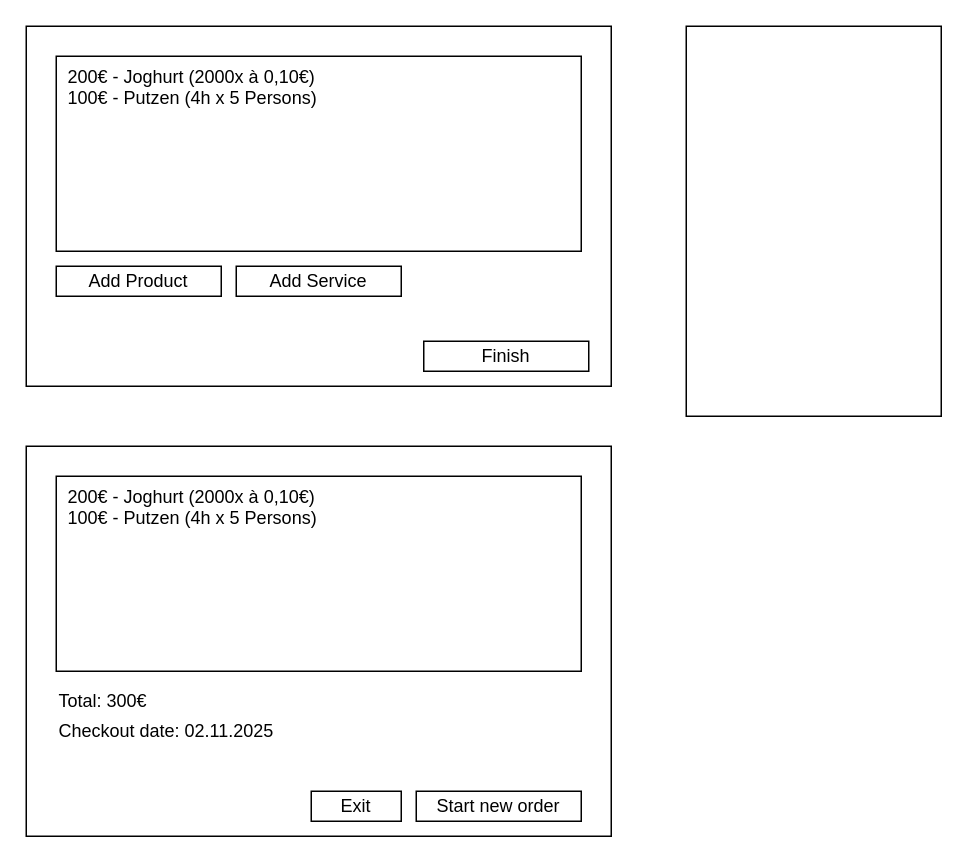
Earlier version of the draw.io diagram doc/diagram/source/gui_design.drawio (bdoerfchen/mkss1_labor). Source tidied: cells renumbered, new cells numbered last; positions are measured from the earlier drawing's top-left corner, leaving out a move shared by most shapes. Both pictures are drawn from the tidied source at 150%, with x=0, y=0 at pixel (26, 26).
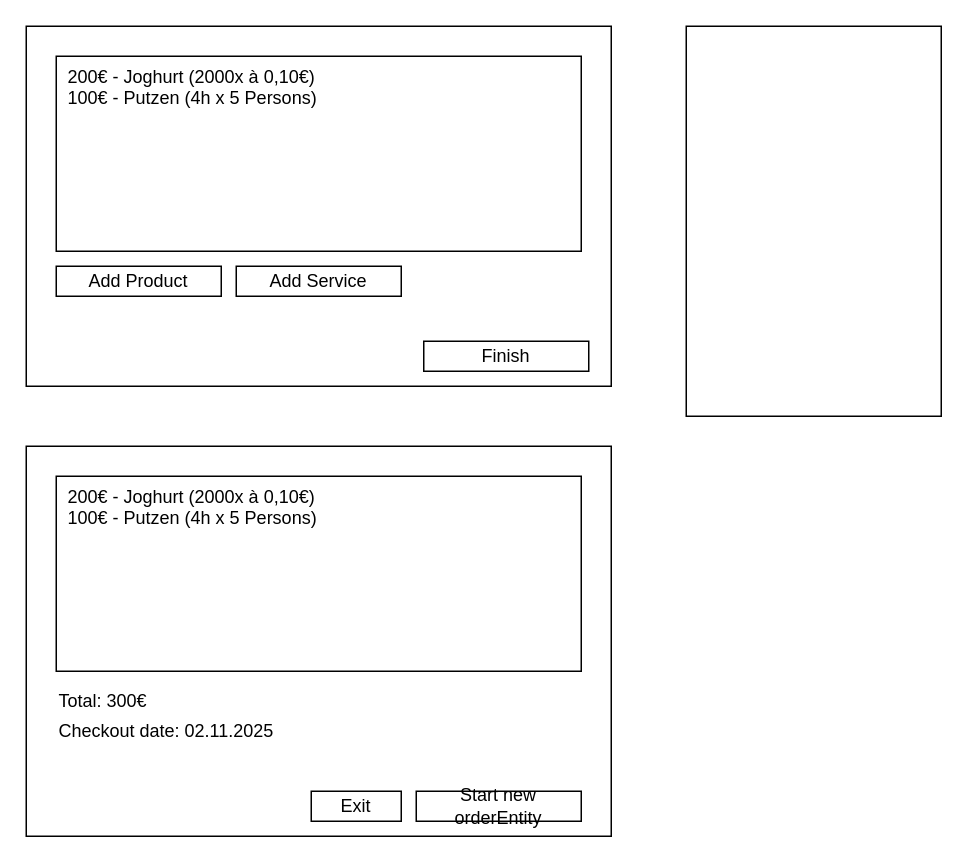
After the change.

Diff of the diagram source:
```diff
@@
 <mxGraphModel>
   <root>
     <mxCell id="0" />
     <mxCell id="1" parent="0" />
     <mxCell id="2" style="rounded=0;whiteSpace=wrap;html=1;" parent="1" vertex="1">
       <mxGeometry width="390" height="240" as="geometry" />
     </mxCell>
     <mxCell id="3" value="Add Service" style="rounded=0;whiteSpace=wrap;html=1;" parent="1" vertex="1">
       <mxGeometry x="140" y="160" width="110" height="20" as="geometry" />
     </mxCell>
     <mxCell id="4" value="Add Product" style="rounded=0;whiteSpace=wrap;html=1;" parent="1" vertex="1">
       <mxGeometry x="20" y="160" width="110" height="20" as="geometry" />
     </mxCell>
     <mxCell id="5" value="Finish" style="rounded=0;whiteSpace=wrap;html=1;" parent="1" vertex="1">
       <mxGeometry x="265" y="210" width="110" height="20" as="geometry" />
     </mxCell>
     <mxCell id="6" value="200€ - Joghurt (2000x à 0,10€)&lt;br&gt;100€ - Putzen (4h x 5 Persons)" style="rounded=0;whiteSpace=wrap;html=1;align=left;verticalAlign=top;spacingLeft=6;" parent="1" vertex="1">
       <mxGeometry x="20" y="20" width="350" height="130" as="geometry" />
     </mxCell>
     <mxCell id="7" style="rounded=0;whiteSpace=wrap;html=1;" parent="1" vertex="1">
       <mxGeometry y="280" width="390" height="260" as="geometry" />
     </mxCell>
-    <mxCell id="8" value="Start new order" style="rounded=0;whiteSpace=wrap;html=1;" parent="1" vertex="1">
+    <mxCell id="8" value="Start new orderEntity" style="rounded=0;whiteSpace=wrap;html=1;" parent="1" vertex="1">
       <mxGeometry x="260" y="510" width="110" height="20" as="geometry" />
     </mxCell>
     <mxCell id="9" value="200€ - Joghurt (2000x à 0,10€)&lt;br&gt;100€ - Putzen (4h x 5 Persons)" style="rounded=0;whiteSpace=wrap;html=1;align=left;verticalAlign=top;spacingLeft=6;" parent="1" vertex="1">
       <mxGeometry x="20" y="300" width="350" height="130" as="geometry" />
     </mxCell>
     <mxCell id="10" value="Total: 300€" style="text;html=1;strokeColor=none;fillColor=none;align=left;verticalAlign=middle;whiteSpace=wrap;rounded=0;" parent="1" vertex="1">
       <mxGeometry x="20" y="440" width="120" height="20" as="geometry" />
     </mxCell>
     <mxCell id="11" value="Checkout date: 02.11.2025" style="text;html=1;strokeColor=none;fillColor=none;align=left;verticalAlign=middle;whiteSpace=wrap;rounded=0;" parent="1" vertex="1">
       <mxGeometry x="20" y="460" width="170" height="20" as="geometry" />
     </mxCell>
     <mxCell id="12" value="Exit" style="rounded=0;whiteSpace=wrap;html=1;" parent="1" vertex="1">
       <mxGeometry x="190" y="510" width="60" height="20" as="geometry" />
     </mxCell>
     <mxCell id="13" style="rounded=0;whiteSpace=wrap;html=1;" parent="1" vertex="1">
       <mxGeometry x="440" width="170" height="260" as="geometry" />
     </mxCell>
   </root>
 </mxGraphModel>
```
